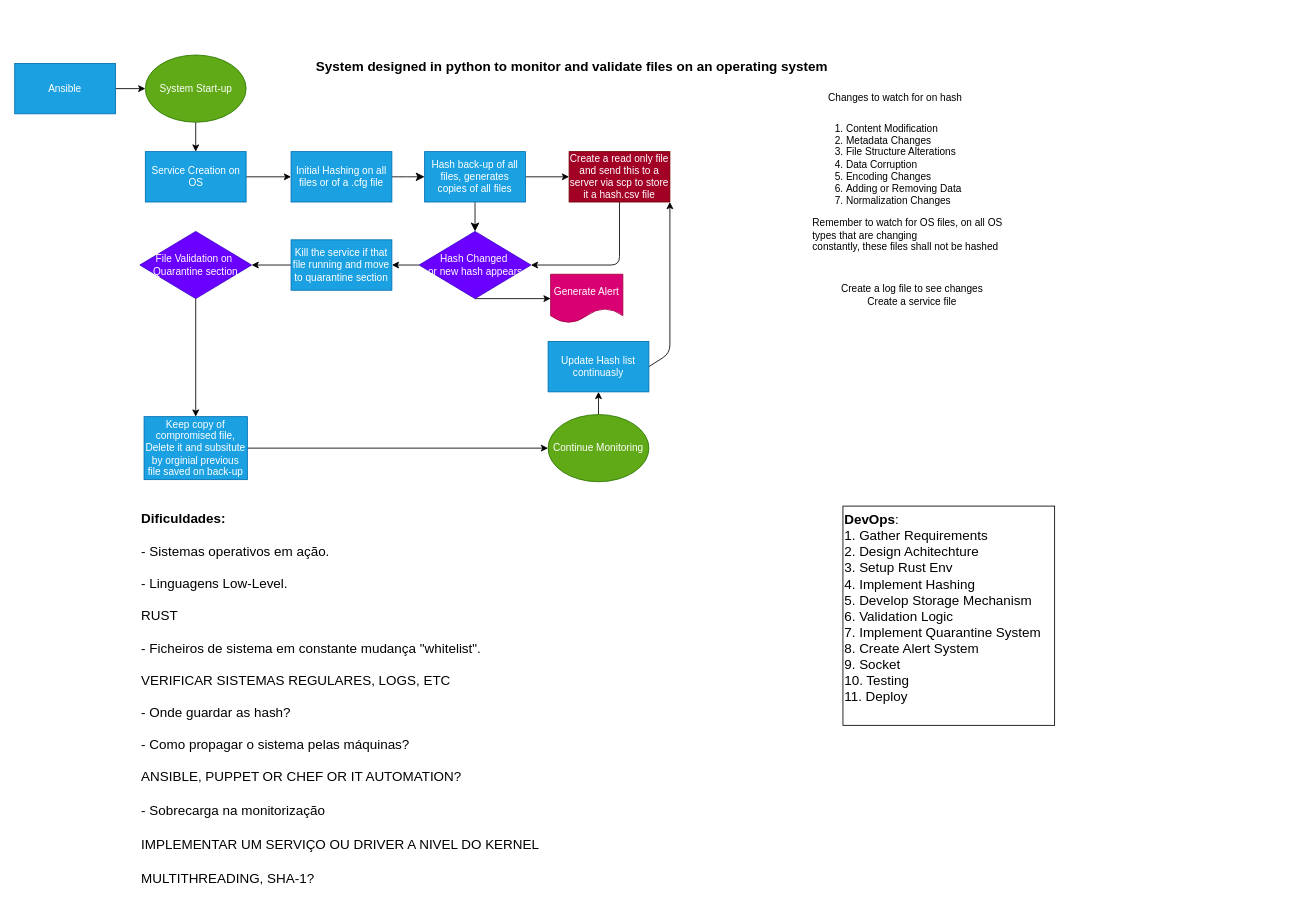
Earlier version of the draw.io diagram planeamento/Untitled Diagram.drawio (mickeyhousee/LOCK). Source tidied: cells renumbered, new cells numbered last; positions are measured from the earlier drawing's top-left corner, leaving out a move shared by most shapes. Both pictures are drawn from the tidied source at 84%, with x=0, y=0 at pixel (14, 53).
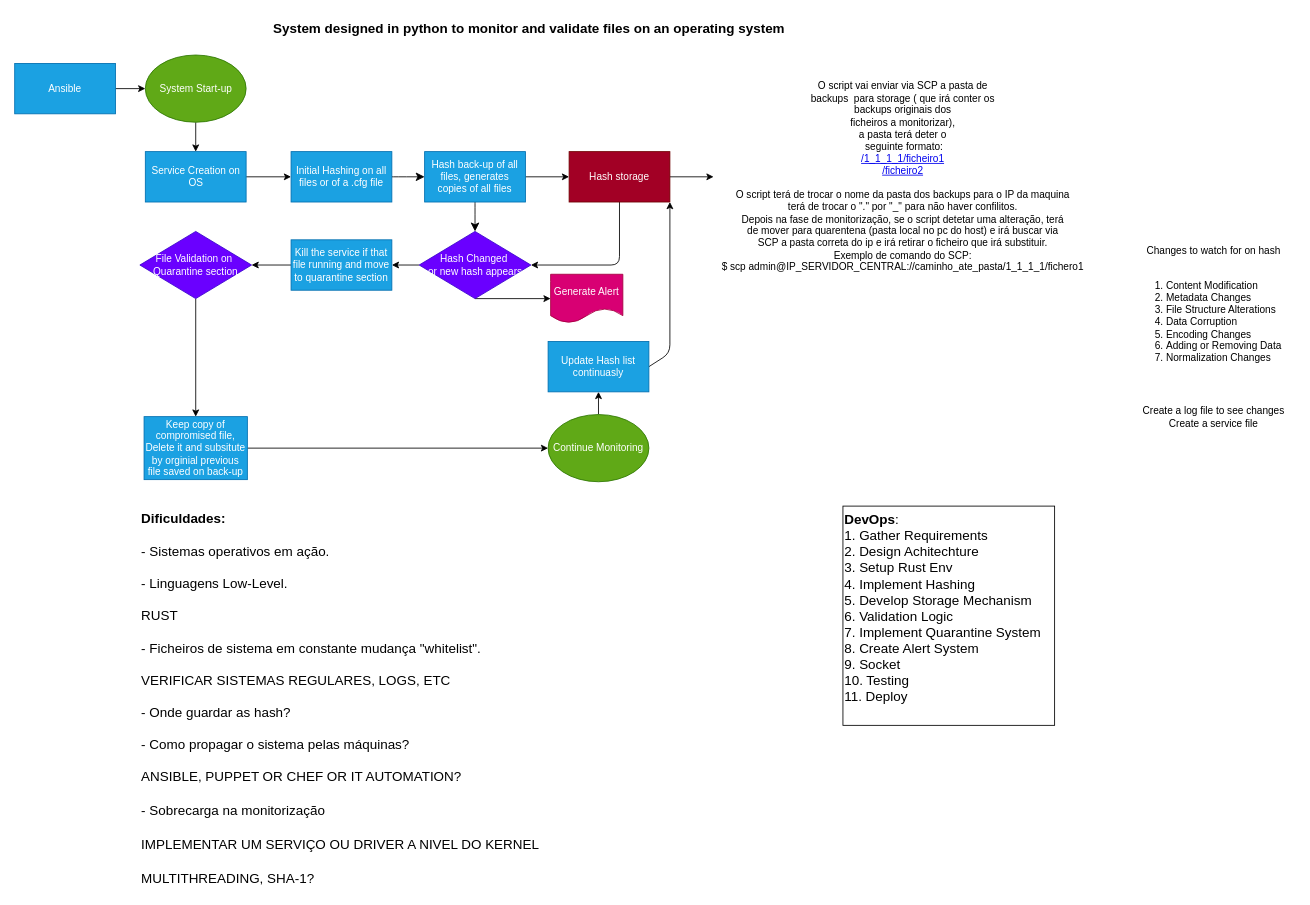
After the change.

What changed in the source:
```diff
@@
+    <mxCell id="36" style="edgeStyle=none;html=1;exitX=1;exitY=0.5;exitDx=0;exitDy=0;" parent="1" edge="1" source="23" target="37">
+      <mxGeometry relative="1" as="geometry" />
+    </mxCell>
-    <mxCell id="23" value="Create a read only file and send this to a server via scp to store it a hash.csv file" style="rounded=0;whiteSpace=wrap;html=1;fillColor=#a20025;fontColor=#ffffff;strokeColor=#6F0000;" parent="1" vertex="1">
+    <mxCell id="23" value="Hash storage" style="rounded=0;whiteSpace=wrap;html=1;fillColor=#a20025;fontColor=#ffffff;strokeColor=#6F0000;" parent="1" vertex="1">
       <mxGeometry x="660" y="117" width="120" height="60" as="geometry" />
     </mxCell>
@@
     <mxCell id="27" value="&lt;b&gt;&lt;font style=&quot;font-size: 16px;&quot;&gt;System designed in python to monitor and validate files on an operating system&lt;/font&gt;&lt;/b&gt;" style="text;html=1;align=center;verticalAlign=middle;strokeColor=none;fillColor=none;" parent="1" vertex="1">
-      <mxGeometry x="349" width="627" height="31" as="geometry" />
+      <mxGeometry x="298" y="-46" width="627" height="31" as="geometry" />
     </mxCell>
@@
-    <mxCell id="33" value="&lt;ol&gt;&lt;li&gt;Content Modification&lt;/li&gt;&lt;li&gt;Metadata Changes&lt;/li&gt;&lt;li&gt;File Structure Alterations&lt;/li&gt;&lt;li&gt;Data Corruption&lt;/li&gt;&lt;li&gt;Encoding Changes&lt;/li&gt;&lt;li&gt;Adding or Removing Data&lt;/li&gt;&lt;li&gt;Normalization Changes&lt;/li&gt;&lt;/ol&gt;&lt;div&gt;Remember to watch for OS files, on all OS&lt;/div&gt;&lt;div&gt;types that are changing&lt;/div&gt;&lt;div&gt;constantly, these files shall not be hashed&lt;/div&gt;" style="text;html=1;align=left;verticalAlign=middle;strokeColor=none;fillColor=none;" parent="1" vertex="1">
-      <mxGeometry x="948" y="43" width="244" height="222" as="geometry" />
+    <mxCell id="33" value="&lt;ol&gt;&lt;li&gt;Content Modification&lt;/li&gt;&lt;li&gt;Metadata Changes&lt;/li&gt;&lt;li&gt;File Structure Alterations&lt;/li&gt;&lt;li&gt;Data Corruption&lt;/li&gt;&lt;li&gt;Encoding Changes&lt;/li&gt;&lt;li&gt;Adding or Removing Data&lt;/li&gt;&lt;li&gt;Normalization Changes&lt;/li&gt;&lt;/ol&gt;&lt;div&gt;&lt;br&gt;&lt;/div&gt;" style="text;html=1;align=left;verticalAlign=middle;strokeColor=none;fillColor=none;" parent="1" vertex="1">
+      <mxGeometry x="1329" y="230" width="195" height="193" as="geometry" />
     </mxCell>
     <mxCell id="34" value="Changes to watch for on hash" style="text;html=1;align=center;verticalAlign=middle;strokeColor=none;fillColor=none;" parent="1" vertex="1">
-      <mxGeometry x="959" y="40" width="177" height="26" as="geometry" />
+      <mxGeometry x="1338" y="222" width="177" height="26" as="geometry" />
     </mxCell>
     <mxCell id="35" value="Create a log file to see changes&lt;br&gt;Create a service file" style="text;html=1;align=center;verticalAlign=middle;strokeColor=none;fillColor=none;" parent="1" vertex="1">
-      <mxGeometry x="974" y="267" width="187" height="41" as="geometry" />
+      <mxGeometry x="1333" y="412" width="187" height="41" as="geometry" />
     </mxCell>
+    <mxCell id="37" value="O script vai enviar via SCP a pasta de &lt;br&gt;backups&amp;nbsp; para storage ( que irá conter os &lt;br&gt;backups originais dos &lt;br&gt;ficheiros a monitorizar), &lt;br&gt;a pasta terá deter o&lt;br&gt;&amp;nbsp;seguinte formato:&lt;br&gt;     &lt;a href=&quot;tg://bot_command?command=1_1_1_1&quot;&gt;/1_1_1_1&lt;/a&gt;&lt;a href=&quot;tg://bot_command?command=ficheiro1&quot;&gt;/ficheiro1&lt;/a&gt;&lt;br&gt;                     &lt;a href=&quot;tg://bot_command?command=ficheiro2&quot;&gt;/ficheiro2&lt;/a&gt;&lt;br&gt;&lt;br&gt;O script terá de trocar o nome da pasta dos backups para o IP da maquina&lt;br&gt; terá de trocar o &quot;.&quot; por &quot;_&quot; para não haver confilitos.&lt;br&gt;Depois na fase de monitorização, se o script detetar uma alteração, terá&lt;br&gt; de mover para  quarentena (pasta local no pc do host) e irá buscar via &lt;br&gt;SCP a pasta correta do ip e irá retirar o ficheiro que irá substituir.&lt;br&gt;Exemplo de comando do SCP:&lt;br&gt;$ scp admin@IP_SERVIDOR_CENTRAL://caminho_ate_pasta/1_1_1_1/fichero1" style="text;html=1;align=center;verticalAlign=middle;points=[];strokeColor=none;fillColor=none;" parent="1" vertex="1">
+      <mxGeometry x="832" y="26" width="449" height="242" as="geometry" />
+    </mxCell>
```
